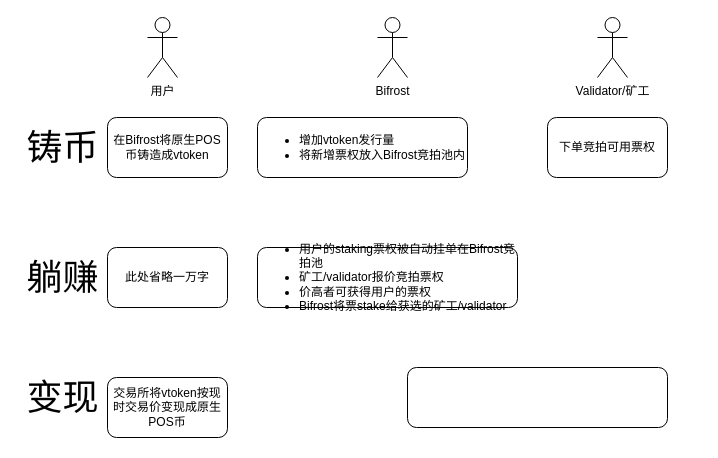
Above: 未命名绘图.drawio in herryho/Team2 (draw.io), before the change. Source tidied: cells renumbered, new cells numbered last; positions are measured from the earlier drawing's top-left corner, leaving out a move shared by most shapes. Both pictures are drawn from the tidied source at 100%, with x=0, y=0 at pixel (17, 17).
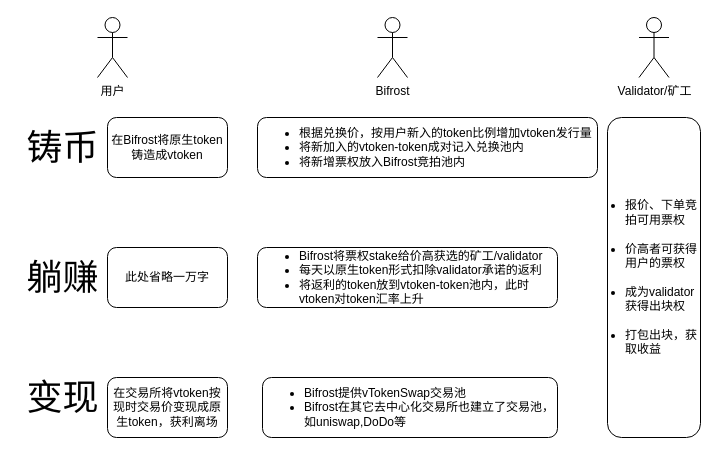
After the change.

Commit message (it also covers changes not shown here):
更新未命名绘图.drawio

What changed in the source:
```diff
@@
 <mxGraphModel>
   <root>
     <mxCell id="0" />
     <mxCell id="1" parent="0" />
     <mxCell id="2" value="用户" style="shape=umlActor;verticalLabelPosition=bottom;verticalAlign=top;html=1;" parent="1" vertex="1">
-      <mxGeometry x="130" width="30" height="60" as="geometry" />
+      <mxGeometry x="80" width="30" height="60" as="geometry" />
     </mxCell>
-    <mxCell id="3" value="在Bifrost将原生POS币铸造成vtoken" style="rounded=1;whiteSpace=wrap;html=1;" parent="1" vertex="1">
+    <mxCell id="3" value="在Bifrost将原生token铸造成vtoken" style="rounded=1;whiteSpace=wrap;html=1;" parent="1" vertex="1">
       <mxGeometry x="90" y="100" width="120" height="60" as="geometry" />
     </mxCell>
-    <mxCell id="4" value="&lt;ul&gt;&lt;li&gt;增加vtoken发行量&lt;/li&gt;&lt;li&gt;将新增票权放入Bifrost竞拍池内&lt;/li&gt;&lt;/ul&gt;" style="rounded=1;whiteSpace=wrap;html=1;align=left;" parent="1" vertex="1">
-      <mxGeometry x="240" y="100" width="210" height="60" as="geometry" />
+    <mxCell id="4" value="&lt;ul&gt;&lt;li&gt;根据兑换价，按用户新入的token比例增加vtoken发行量&lt;/li&gt;&lt;li&gt;将新加入的vtoken-token成对记入兑换池内&lt;/li&gt;&lt;li&gt;将新增票权放入Bifrost竞拍池内&lt;/li&gt;&lt;/ul&gt;" style="rounded=1;whiteSpace=wrap;html=1;align=left;" parent="1" vertex="1">
+      <mxGeometry x="240" y="100" width="340" height="60" as="geometry" />
     </mxCell>
     <mxCell id="5" value="&lt;font style=&quot;font-size: 36px&quot;&gt;铸币&lt;/font&gt;" style="text;html=1;align=center;verticalAlign=middle;" parent="1" vertex="1">
       <mxGeometry y="115" width="90" height="30" as="geometry" />
     </mxCell>
     <mxCell id="6" value="Bifrost" style="shape=umlActor;verticalLabelPosition=bottom;verticalAlign=top;html=1;" parent="1" vertex="1">
       <mxGeometry x="360" width="30" height="60" as="geometry" />
     </mxCell>
     <mxCell id="7" value="此处省略一万字" style="rounded=1;whiteSpace=wrap;html=1;" parent="1" vertex="1">
       <mxGeometry x="90" y="230" width="120" height="60" as="geometry" />
     </mxCell>
-    <mxCell id="8" value="&lt;ul&gt;&lt;li&gt;用户的staking票权被自动挂单在Bifrost竞拍池&lt;/li&gt;&lt;li&gt;矿工/validator报价竞拍票权&lt;/li&gt;&lt;li&gt;价高者可获得用户的票权&lt;/li&gt;&lt;li&gt;Bifrost将票stake给获选的矿工/validator&lt;/li&gt;&lt;/ul&gt;" style="rounded=1;whiteSpace=wrap;html=1;align=left;" parent="1" vertex="1">
-      <mxGeometry x="240" y="230" width="260" height="60" as="geometry" />
+    <mxCell id="8" value="&lt;ul&gt;&lt;li&gt;&lt;span&gt;Bifrost将票权stake给价高获选的矿工/validator&lt;/span&gt;&lt;br&gt;&lt;/li&gt;&lt;li&gt;每天以原生token形式扣除validator承诺的返利&lt;/li&gt;&lt;li&gt;将返利的token放到vtoken-token池内，此时vtoken对token汇率上升&lt;/li&gt;&lt;/ul&gt;" style="rounded=1;whiteSpace=wrap;html=1;align=left;" parent="1" vertex="1">
+      <mxGeometry x="240" y="230" width="300" height="60" as="geometry" />
     </mxCell>
     <mxCell id="9" value="&lt;span style=&quot;font-size: 36px&quot;&gt;躺赚&lt;/span&gt;" style="text;html=1;align=center;verticalAlign=middle;" parent="1" vertex="1">
       <mxGeometry y="245" width="90" height="30" as="geometry" />
     </mxCell>
     <mxCell id="10" value="Validator/矿工" style="shape=umlActor;verticalLabelPosition=bottom;verticalAlign=top;html=1;" parent="1" vertex="1">
-      <mxGeometry x="580" width="30" height="60" as="geometry" />
+      <mxGeometry x="621.5" width="30" height="60" as="geometry" />
     </mxCell>
-    <mxCell id="11" value="交易所将vtoken按现时交易价变现成原生POS币" style="rounded=1;whiteSpace=wrap;html=1;" parent="1" vertex="1">
+    <mxCell id="11" value="在交易所将vtoken按现时交易价变现成原生token，获利离场" style="rounded=1;whiteSpace=wrap;html=1;" parent="1" vertex="1">
       <mxGeometry x="90" y="360" width="120" height="60" as="geometry" />
     </mxCell>
-    <mxCell id="12" style="rounded=1;whiteSpace=wrap;html=1;" parent="1" vertex="1">
-      <mxGeometry x="390" y="350" width="260" height="60" as="geometry" />
+    <mxCell id="12" value="&lt;ul&gt;&lt;li&gt;Bifrost提供vTokenSwap交易池&lt;/li&gt;&lt;li&gt;Bifrost在其它去中心化交易所也建立了交易池，如uniswap,DoDo等&lt;/li&gt;&lt;/ul&gt;" style="rounded=1;whiteSpace=wrap;html=1;align=left;" parent="1" vertex="1">
+      <mxGeometry x="245" y="360" width="295" height="60" as="geometry" />
     </mxCell>
     <mxCell id="13" value="&lt;span style=&quot;font-size: 36px&quot;&gt;变现&lt;/span&gt;" style="text;html=1;align=center;verticalAlign=middle;" parent="1" vertex="1">
       <mxGeometry y="365" width="90" height="30" as="geometry" />
     </mxCell>
-    <mxCell id="14" value="下单竞拍可用票权" style="rounded=1;whiteSpace=wrap;html=1;align=center;" parent="1" vertex="1">
-      <mxGeometry x="530" y="100" width="120" height="60" as="geometry" />
-    </mxCell>
+    <mxCell id="15" value="&lt;ul&gt;&lt;li&gt;&lt;span&gt;报价、下单竞拍可用票权&lt;br&gt;&lt;br&gt;&lt;/span&gt;&lt;/li&gt;&lt;li&gt;价高者可获得用户的票权&lt;br&gt;&lt;br&gt;&lt;/li&gt;&lt;li&gt;成为validator获得出块权&lt;br&gt;&lt;br&gt;&lt;/li&gt;&lt;li&gt;打包出块，获取收益&lt;/li&gt;&lt;/ul&gt;" style="rounded=1;whiteSpace=wrap;html=1;align=left;spacingLeft=-24;" parent="1" vertex="1">
+      <mxGeometry x="590" y="100" width="93" height="320" as="geometry" />
+    </mxCell>
   </root>
 </mxGraphModel>
```
